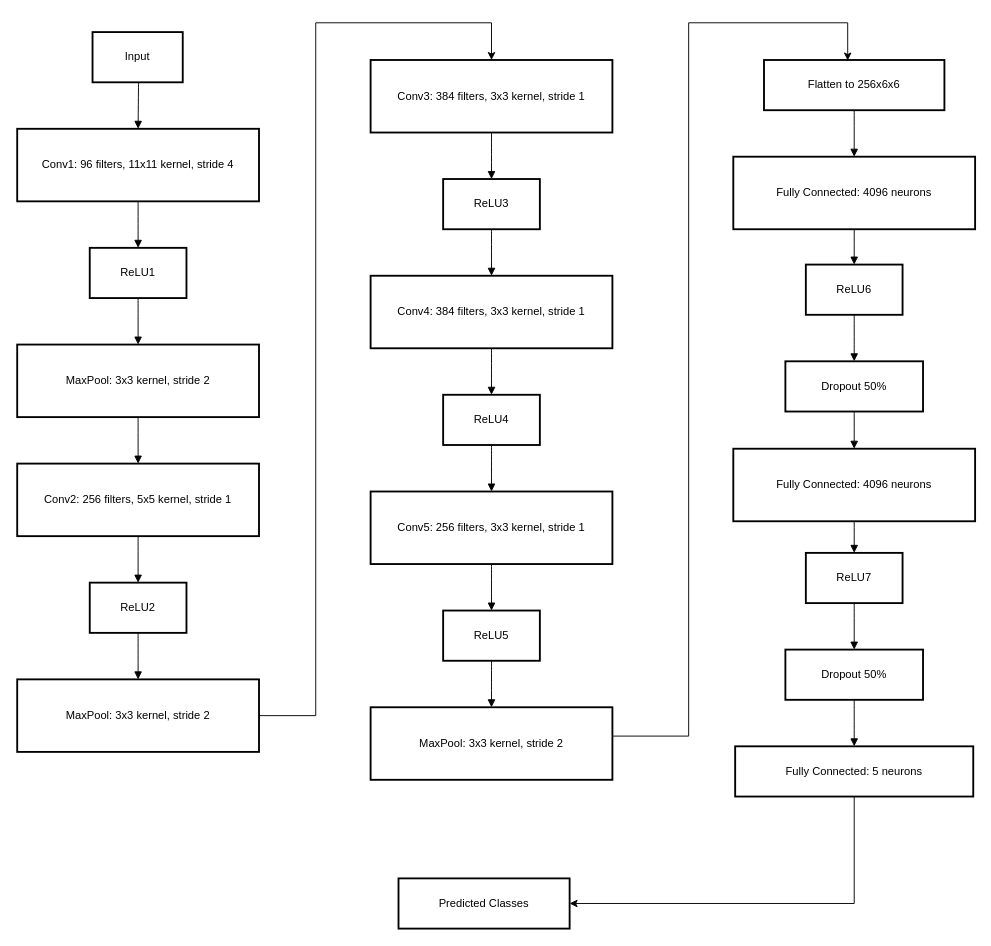
The draw.io diagram AlexNet_model.drawio in zft666zft/final-project, before the edit. Source tidied: cells renumbered, new cells numbered last; positions are measured from the earlier drawing's top-left corner, leaving out a move shared by most shapes. Both pictures are drawn from the tidied source at 93%, with x=0, y=0 at pixel (17, 22).
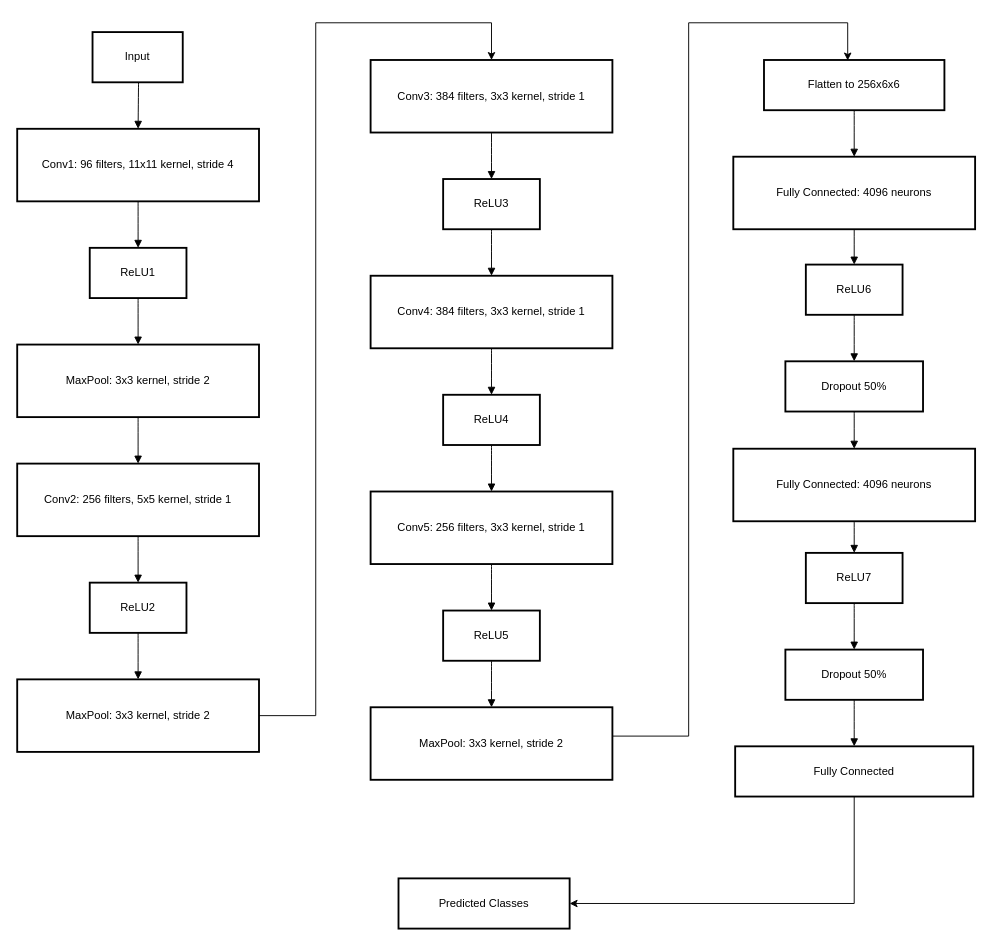
The same diagram, later.

The edit, as a diff of the source:
```diff
@@
-    <mxCell id="26" value="Fully Connected: 5 neurons" style="whiteSpace=wrap;strokeWidth=2;" parent="1" vertex="1">
+    <mxCell id="26" value="Fully Connected" style="whiteSpace=wrap;strokeWidth=2;" parent="1" vertex="1">
       <mxGeometry x="772" y="778" width="256" height="54" as="geometry" />
     </mxCell>
```
